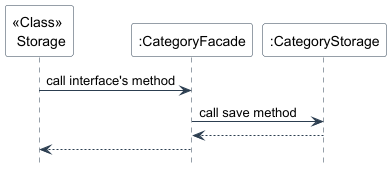
This is docs/diagrams/images/CategoryFacade Save SequenceUML.png from nus-cs2113-AY2425S1/tp, a PlantUML export, as it was before one commit.
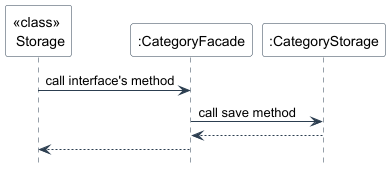
After the change.

Commit message:
Update decorator capitalization indicating class level

Change to the diagram source:
```diff
@@ -8,7 +8,7 @@
 }
 hide footbox
 
-participant "<<Class>> \n Storage" as S
+participant "<<class>> \n Storage" as S
 participant ":CategoryFacade" as CF
 participant ":CategoryStorage" as CS
 
```
